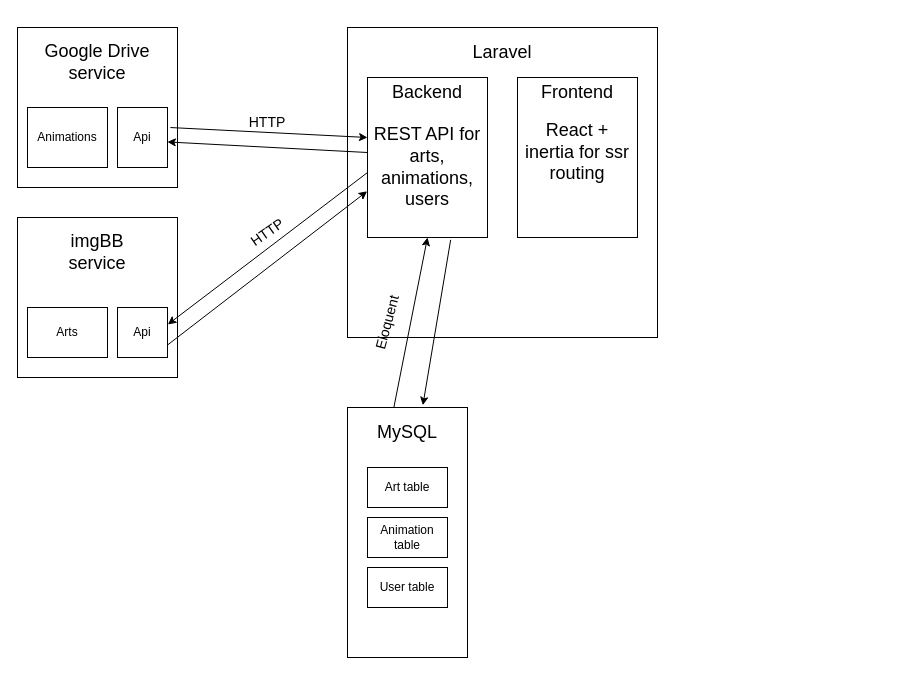
This is LupisVulpes.drawio from Alec-litho/LupisVulpes, a draw.io file, before an edit. Source tidied: cells renumbered, new cells numbered last; positions are measured from the earlier drawing's top-left corner, leaving out a move shared by most shapes. Both pictures are drawn from the tidied source at 100%, with x=0, y=0 at pixel (17, 17).
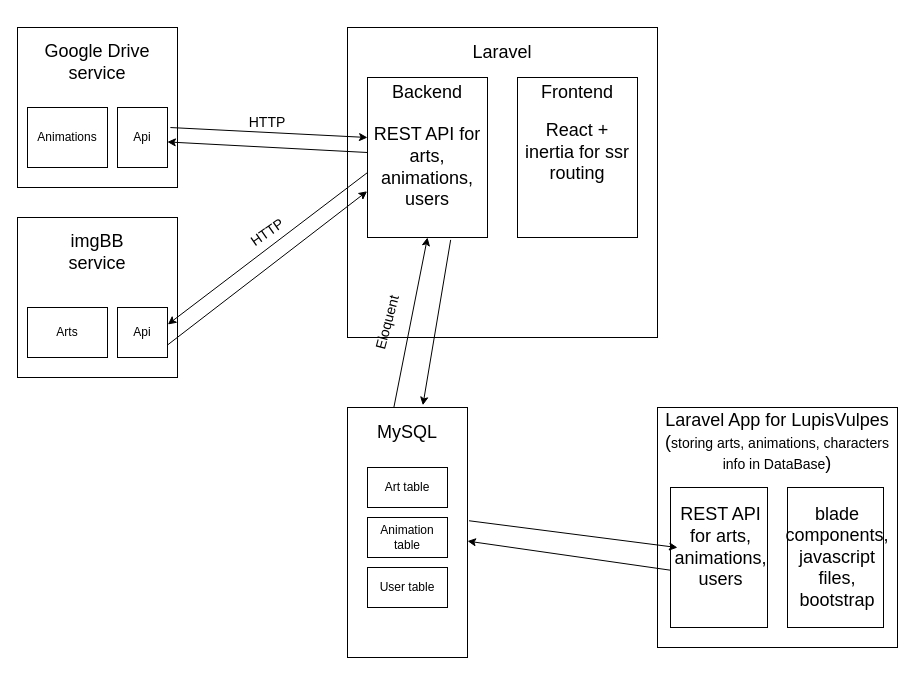
Above is the later version.

The change refers to these unchanged cells:
```xml
<mxCell id="16" style="rounded=0;whiteSpace=wrap;html=1;" parent="1" vertex="1">
  <mxGeometry x="330" y="390" width="120" height="250" as="geometry" />
</mxCell>
```

Diff of the diagram source:
```diff
@@
+    <mxCell id="32" style="whiteSpace=wrap;html=1;" parent="1" vertex="1">
+      <mxGeometry x="640" y="390" width="240" height="240" as="geometry" />
+    </mxCell>
+    <mxCell id="33" value="&lt;font style=&quot;font-size: 18px;&quot;&gt;Laravel App for LupisVulpes&lt;/font&gt;&lt;div&gt;&lt;font style=&quot;font-size: 18px;&quot;&gt;(&lt;/font&gt;&lt;font style=&quot;font-size: 14px;&quot;&gt;storing arts, animations, characters info in DataBase&lt;/font&gt;&lt;font style=&quot;font-size: 18px;&quot;&gt;)&lt;/font&gt;&lt;/div&gt;" style="text;strokeColor=none;align=center;fillColor=none;html=1;verticalAlign=middle;whiteSpace=wrap;rounded=0;" parent="1" vertex="1">
+      <mxGeometry x="640" y="350" width="240" height="150" as="geometry" />
+    </mxCell>
+    <mxCell id="34" style="rounded=0;whiteSpace=wrap;html=1;" parent="1" vertex="1">
+      <mxGeometry x="653" y="470" width="97" height="140" as="geometry" />
+    </mxCell>
+    <mxCell id="35" style="rounded=0;whiteSpace=wrap;html=1;" parent="1" vertex="1">
+      <mxGeometry x="770" y="470" width="96" height="140" as="geometry" />
+    </mxCell>
+    <mxCell id="36" value="&lt;span style=&quot;font-size: 18px;&quot;&gt;blade components, javascript files, bootstrap&lt;/span&gt;" style="text;strokeColor=none;align=center;fillColor=none;html=1;verticalAlign=middle;whiteSpace=wrap;rounded=0;" parent="1" vertex="1">
+      <mxGeometry x="770" y="470" width="100" height="140" as="geometry" />
+    </mxCell>
+    <mxCell id="37" value="&lt;span style=&quot;font-size: 18px;&quot;&gt;REST API for arts, animations,&lt;/span&gt;&lt;div&gt;&lt;span style=&quot;font-size: 18px;&quot;&gt;users&lt;/span&gt;&lt;/div&gt;" style="text;strokeColor=none;align=center;fillColor=none;html=1;verticalAlign=middle;whiteSpace=wrap;rounded=0;" parent="1" vertex="1">
+      <mxGeometry x="665" y="485" width="77" height="90" as="geometry" />
+    </mxCell>
+    <mxCell id="38" style="endArrow=classic;html=1;rounded=0;exitX=0.002;exitY=0.591;exitDx=0;exitDy=0;exitPerimeter=0;" parent="1" edge="1" source="34" target="16">
+      <mxGeometry relative="1" as="geometry" />
+    </mxCell>
+    <mxCell id="39" style="endArrow=classic;html=1;rounded=0;exitX=1.013;exitY=0.453;exitDx=0;exitDy=0;entryX=0.072;entryY=0.429;entryDx=0;entryDy=0;exitPerimeter=0;entryPerimeter=0;" parent="1" edge="1" source="16" target="34">
+      <mxGeometry relative="1" as="geometry" />
+    </mxCell>
```
